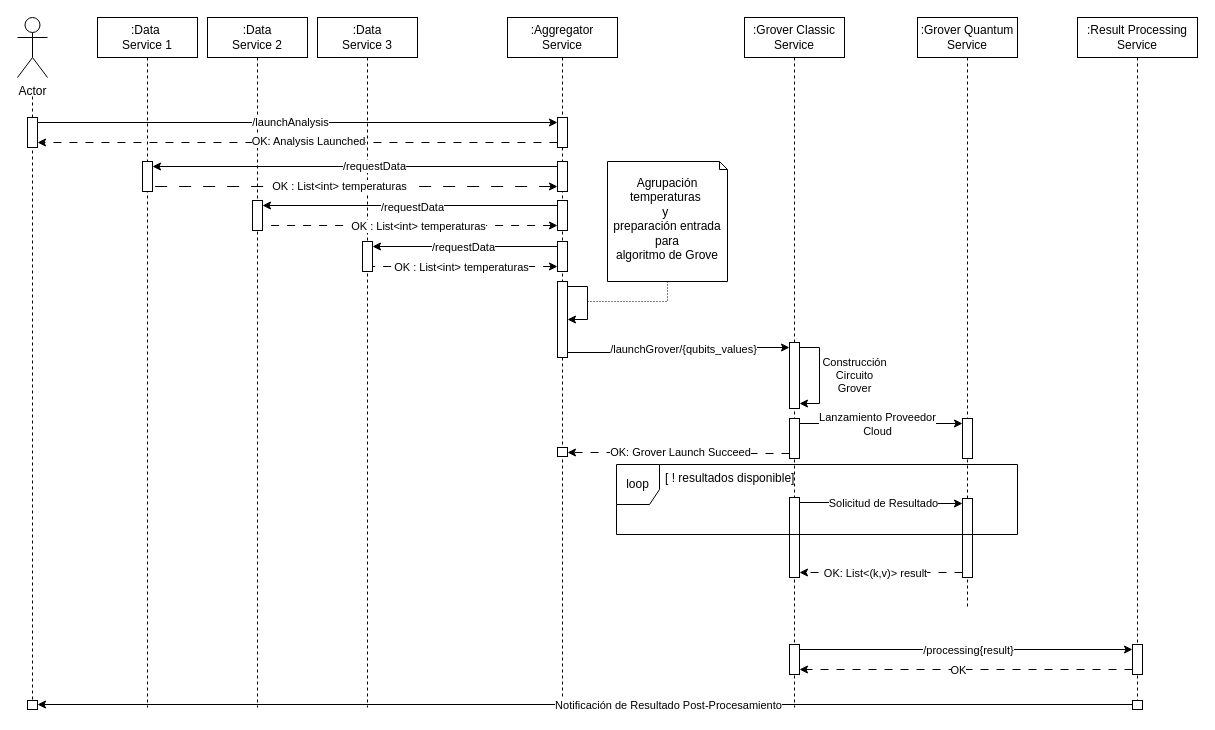
Before: documents/tesis/diagrams/HybridApp_SequenceDiagram.drawio in AlvaroMAM/TFM, a draw.io diagram. Source tidied: cells renumbered, new cells numbered last; positions are measured from the earlier drawing's top-left corner, leaving out a move shared by most shapes. Both pictures are drawn from the tidied source at 100%, with x=0, y=0 at pixel (17, 17).
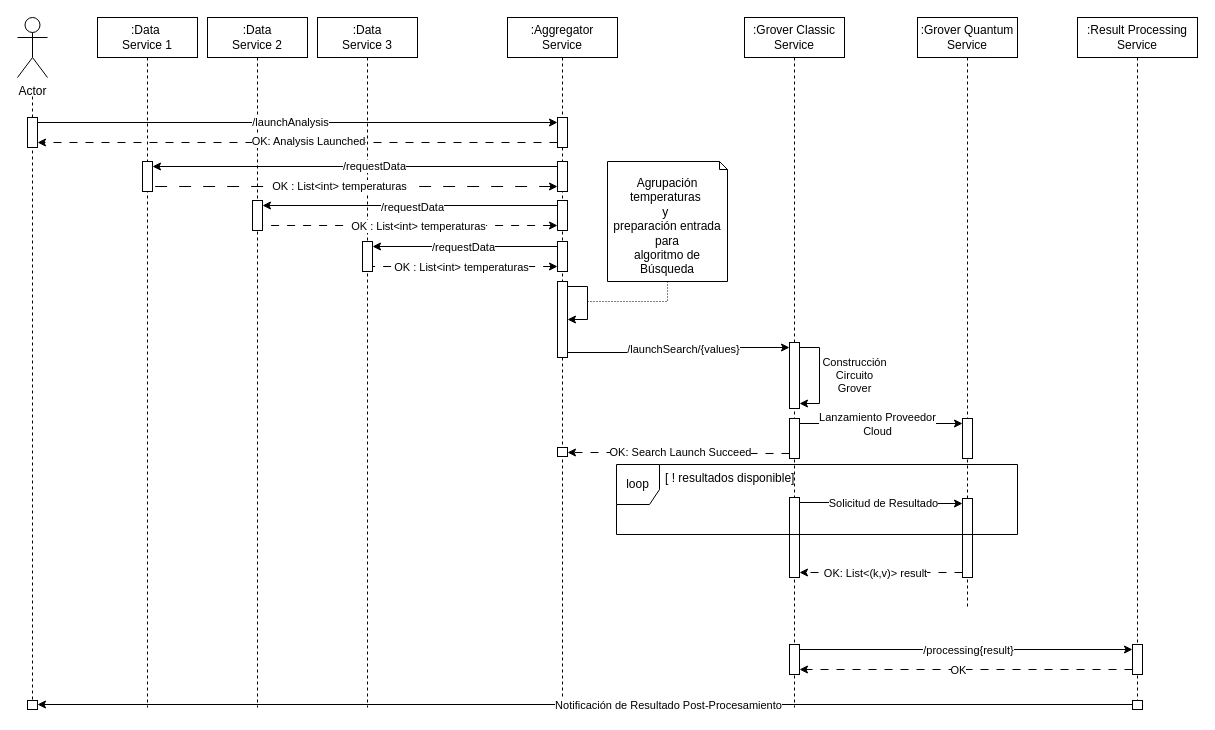
The same diagram, later.

Unchanged cells that the change refers to:
```xml
<mxCell id="38" style="edgeStyle=orthogonalEdgeStyle;rounded=0;jettySize=auto;html=1;curved=0;exitX=1;exitY=1;exitDx=0;exitDy=-5;exitPerimeter=0;entryX=0;entryY=0;entryDx=0;entryDy=5;entryPerimeter=0;" parent="1" edge="1" source="12" target="17">
  <mxGeometry relative="1" as="geometry" />
</mxCell>
<mxCell id="56" style="edgeStyle=orthogonalEdgeStyle;rounded=0;jettySize=auto;html=1;curved=0;exitX=0;exitY=1;exitDx=0;exitDy=-5;exitPerimeter=0;entryX=1;entryY=0;entryDx=0;entryDy=5;entryPerimeter=0;dashed=1;dashPattern=8 8;" parent="1" edge="1" source="20" target="14">
  <mxGeometry relative="1" as="geometry" />
</mxCell>
```

What changed in the source:
```diff
@@
-    <mxCell id="39" value="/launchGrover/{qubits_values}" style="edgeLabel;html=1;align=center;verticalAlign=middle;" parent="38" vertex="1">
+    <mxCell id="39" value="/launchSearch/{values}" style="edgeLabel;html=1;align=center;verticalAlign=middle;" parent="38" vertex="1">
       <mxGeometry x="0.06" relative="1" as="geometry">
         <mxPoint y="1" as="offset" />
       </mxGeometry>
     </mxCell>
@@
-    <mxCell id="45" value="&lt;div&gt;Agrupación temperaturas&amp;nbsp;&lt;/div&gt;&lt;div&gt;y&amp;nbsp;&lt;/div&gt;&lt;div&gt;preparación entrada &lt;br&gt;&lt;/div&gt;&lt;div&gt;para&lt;/div&gt;algoritmo de Grove" style="shape=note2;boundedLbl=1;whiteSpace=wrap;html=1;size=8;verticalAlign=top;align=center;" parent="1" vertex="1">
+    <mxCell id="45" value="&lt;div&gt;Agrupación temperaturas&amp;nbsp;&lt;/div&gt;&lt;div&gt;y&amp;nbsp;&lt;/div&gt;&lt;div&gt;preparación entrada &lt;br&gt;&lt;/div&gt;&lt;div&gt;para&lt;/div&gt;algoritmo de Búsqueda" style="shape=note2;boundedLbl=1;whiteSpace=wrap;html=1;size=8;verticalAlign=top;align=center;" parent="1" vertex="1">
       <mxGeometry x="590" y="144" width="120" height="120" as="geometry" />
     </mxCell>
@@
-    <mxCell id="57" value="OK: Grover Launch Succeed" style="edgeLabel;html=1;align=center;verticalAlign=middle;" parent="56" vertex="1">
+    <mxCell id="57" value="OK: Search Launch Succeed" style="edgeLabel;html=1;align=center;verticalAlign=middle;" parent="56" vertex="1">
       <mxGeometry x="-0.01" y="-2" relative="1" as="geometry" />
     </mxCell>
```
